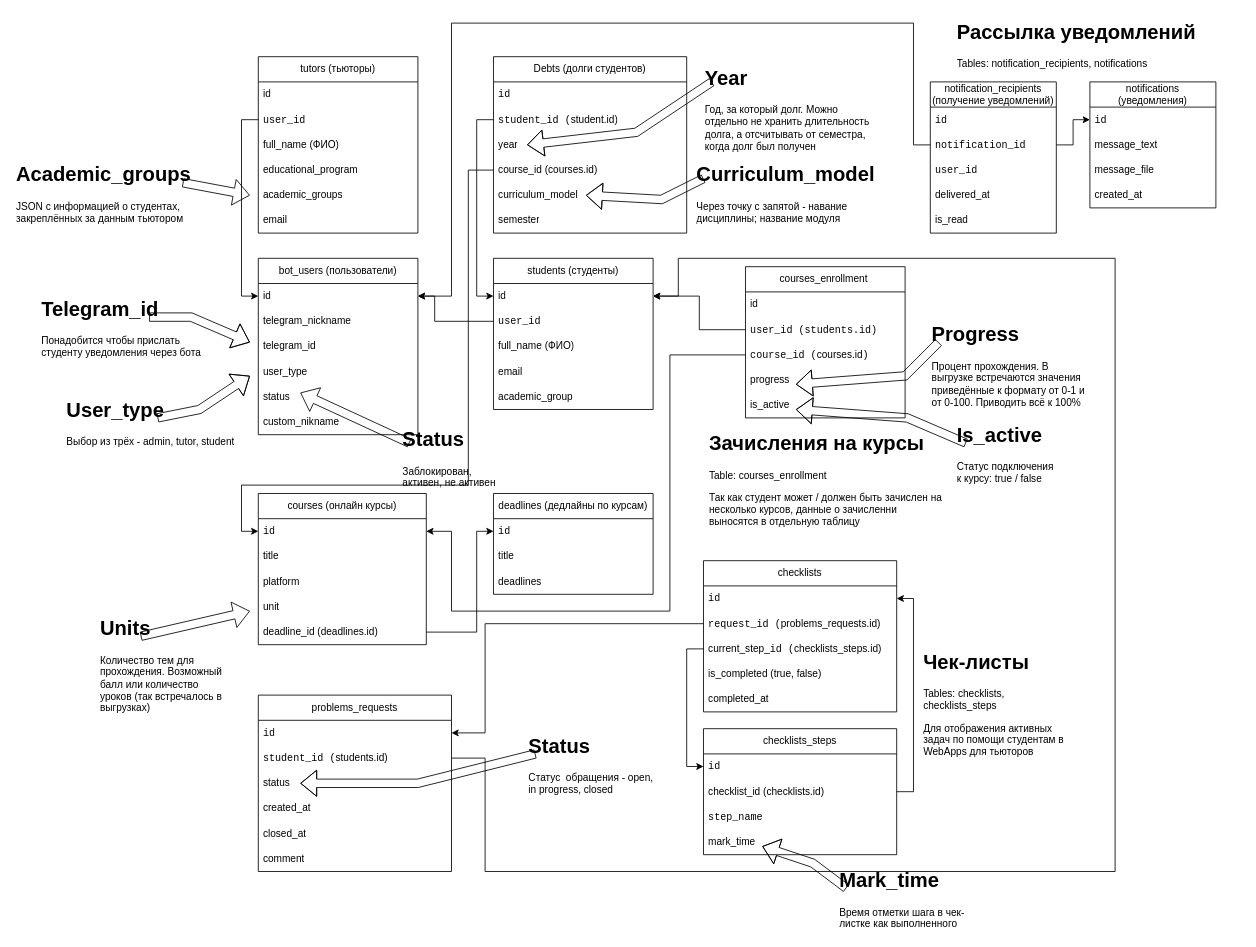
Above: Accompanying students.drawio in GeekNekoS/Draw_io (draw.io), before the change. Source tidied: cells renumbered, new cells numbered last; positions are measured from the earlier drawing's top-left corner, leaving out a move shared by most shapes. Both pictures are drawn from the tidied source at 84%, with x=0, y=0 at pixel (14, 14).
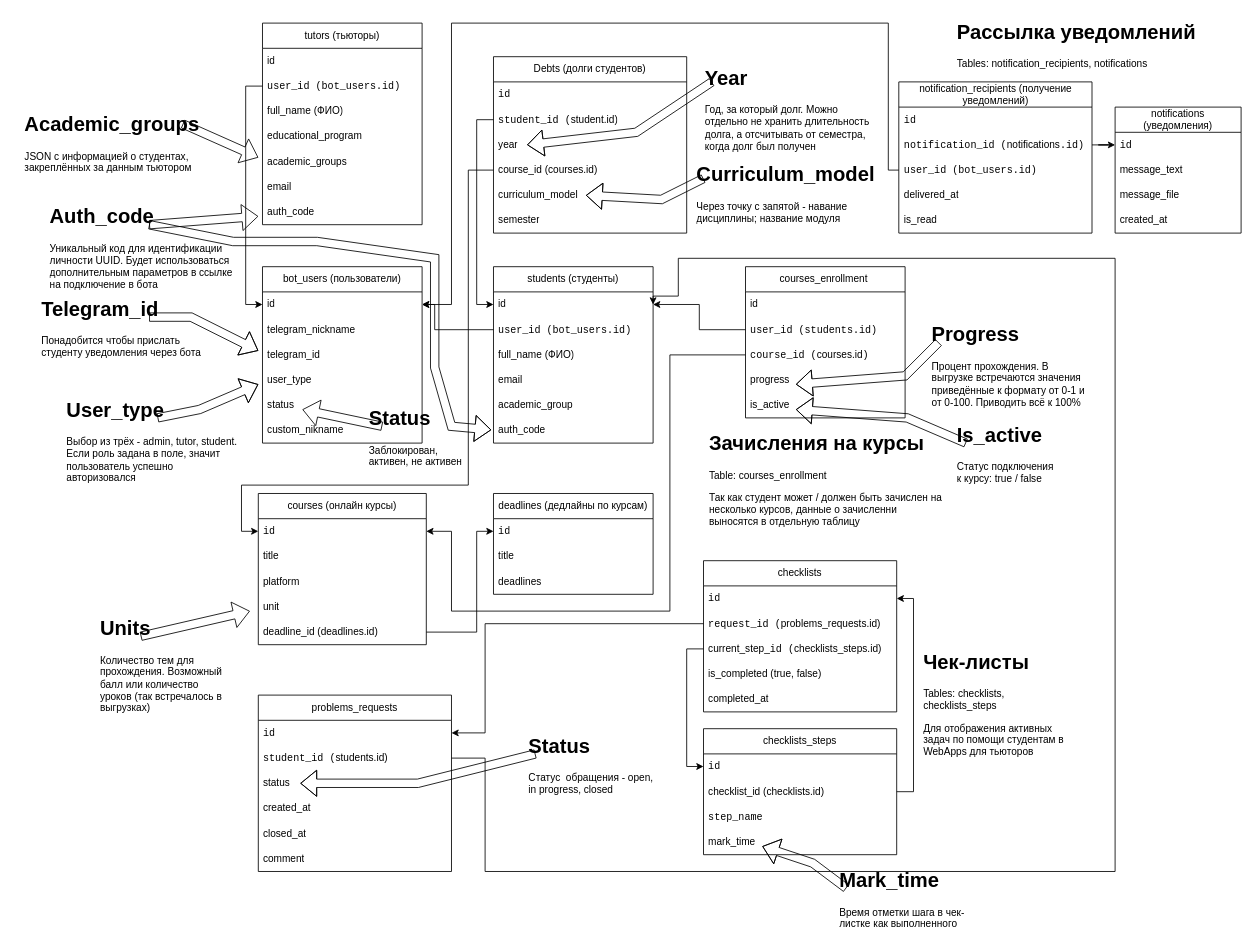
The same diagram, later.

Unchanged cells that the change refers to:
```xml
<mxCell id="27" value="id " style="text;strokeColor=none;fillColor=none;align=left;verticalAlign=middle;spacingLeft=4;spacingRight=4;overflow=hidden;points=[[0,0.5],[1,0.5]];portConstraint=eastwest;whiteSpace=wrap;html=1;" parent="26" vertex="1">
  <mxGeometry y="30" width="190" height="30" as="geometry" />
</mxCell>
```

The edit, as a diff of the source:
```diff
@@
     <mxCell id="26" value="bot_users (пользователи)" style="swimlane;fontStyle=0;horizontal=1;startSize=30;whiteSpace=wrap;html=1;" parent="1" vertex="1">
-      <mxGeometry x="290" y="290" width="190" height="210" as="geometry" />
+      <mxGeometry x="295" y="300" width="190" height="210" as="geometry" />
     </mxCell>
@@
     <mxCell id="32" style="shape=flexArrow;endArrow=classic;html=1;rounded=0;" parent="26" edge="1">
       <mxGeometry relative="1" as="geometry">
-        <mxPoint x="180" y="220" as="sourcePoint" />
-        <mxPoint x="50" y="160" as="targetPoint" />
+        <mxPoint x="142.5" y="190" as="sourcePoint" />
+        <mxPoint x="47.5" y="170" as="targetPoint" />
       </mxGeometry>
     </mxCell>
@@
     <mxCell id="34" value="students (студенты)" style="swimlane;fontStyle=0;horizontal=1;startSize=30;whiteSpace=wrap;html=1;" parent="1" vertex="1">
-      <mxGeometry x="570" y="290" width="190" height="180" as="geometry" />
+      <mxGeometry x="570" y="300" width="190" height="210" as="geometry" />
     </mxCell>
@@
-    <mxCell id="36" value="&lt;code&gt;user_id&lt;/code&gt; " style="text;strokeColor=none;fillColor=none;align=left;verticalAlign=middle;spacingLeft=4;spacingRight=4;overflow=hidden;points=[[0,0.5],[1,0.5]];portConstraint=eastwest;whiteSpace=wrap;html=1;" parent="34" vertex="1">
+    <mxCell id="36" value="&lt;code&gt;user_id &lt;/code&gt;&lt;code&gt;(bot_users.id)&lt;/code&gt; " style="text;strokeColor=none;fillColor=none;align=left;verticalAlign=middle;spacingLeft=4;spacingRight=4;overflow=hidden;points=[[0,0.5],[1,0.5]];portConstraint=eastwest;whiteSpace=wrap;html=1;" parent="34" vertex="1">
       <mxGeometry y="60" width="190" height="30" as="geometry" />
     </mxCell>
@@
+    <mxCell id="112" value="auth_code" style="text;strokeColor=none;fillColor=none;align=left;verticalAlign=middle;spacingLeft=4;spacingRight=4;overflow=hidden;points=[[0,0.5],[1,0.5]];portConstraint=eastwest;whiteSpace=wrap;html=1;" parent="34" vertex="1">
+      <mxGeometry y="180" width="190" height="30" as="geometry" />
+    </mxCell>
-    <mxCell id="40" style="edgeStyle=orthogonalEdgeStyle;rounded=0;jettySize=auto;html=1;" parent="1" edge="1" source="36" target="27">
+    <mxCell id="40" style="edgeStyle=orthogonalEdgeStyle;rounded=0;jettySize=auto;html=1;exitX=0;exitY=0.5;exitDx=0;exitDy=0;entryX=1;entryY=0.5;entryDx=0;entryDy=0;" parent="1" edge="1" source="36" target="27">
       <mxGeometry relative="1" as="geometry">
         <Array as="points">
-          <mxPoint x="500" y="365" />
-          <mxPoint x="500" y="335" />
+          <mxPoint x="500" y="375" />
+          <mxPoint x="500" y="345" />
         </Array>
       </mxGeometry>
     </mxCell>
@@
-    <mxCell id="44" value="&lt;h1 style=&quot;margin-top: 0px;&quot;&gt;User_type&lt;/h1&gt;Выбор из трёх - admin, tutor, student" style="text;html=1;whiteSpace=wrap;overflow=hidden;rounded=0;" parent="1" vertex="1">
-      <mxGeometry x="60" y="450" width="215" height="70" as="geometry" />
+    <mxCell id="44" value="&lt;h1 style=&quot;margin-top: 0px;&quot;&gt;User_type&lt;/h1&gt;Выбор из трёх - admin, tutor, student. Если роль задана в поле, значит пользователь успешно авторизовался" style="text;html=1;whiteSpace=wrap;overflow=hidden;rounded=0;" parent="1" vertex="1">
+      <mxGeometry x="60" y="450" width="215" height="110" as="geometry" />
     </mxCell>
@@
     <mxCell id="48" style="shape=flexArrow;endArrow=classic;html=1;rounded=0;" parent="1" edge="1">
       <mxGeometry relative="1" as="geometry">
         <mxPoint x="170" y="480" as="sourcePoint" />
-        <mxPoint x="280" y="430" as="targetPoint" />
+        <mxPoint x="290" y="440" as="targetPoint" />
         <Array as="points">
           <mxPoint x="220" y="470" />
         </Array>
       </mxGeometry>
     </mxCell>
     <mxCell id="49" style="shape=flexArrow;endArrow=classic;html=1;rounded=0;" parent="1" edge="1">
       <mxGeometry relative="1" as="geometry">
         <mxPoint x="160" y="360" as="sourcePoint" />
-        <mxPoint x="280" y="390" as="targetPoint" />
+        <mxPoint x="290" y="400" as="targetPoint" />
         <Array as="points">
           <mxPoint x="210" y="360" />
         </Array>
       </mxGeometry>
     </mxCell>
@@
     <mxCell id="63" value="&lt;h1 style=&quot;margin-top: 0px;&quot;&gt;Status&lt;/h1&gt;Заблокирован, активен, не активен" style="text;html=1;whiteSpace=wrap;overflow=hidden;rounded=0;" parent="1" vertex="1">
-      <mxGeometry x="460" y="485" width="130" height="80" as="geometry" />
+      <mxGeometry x="420" y="460" width="130" height="80" as="geometry" />
     </mxCell>
@@
     <mxCell id="69" value="tutors (тьюторы)" style="swimlane;fontStyle=0;horizontal=1;startSize=30;whiteSpace=wrap;html=1;" parent="1" vertex="1">
-      <mxGeometry x="290" y="50" width="190" height="210" as="geometry" />
+      <mxGeometry x="295" y="10" width="190" height="240" as="geometry" />
     </mxCell>
@@
-    <mxCell id="71" value="&lt;code&gt;user_id&lt;/code&gt; " style="text;strokeColor=none;fillColor=none;align=left;verticalAlign=middle;spacingLeft=4;spacingRight=4;overflow=hidden;points=[[0,0.5],[1,0.5]];portConstraint=eastwest;whiteSpace=wrap;html=1;" parent="69" vertex="1">
+    <mxCell id="71" value="&lt;code&gt;user_id (bot_users.id)&lt;/code&gt; " style="text;strokeColor=none;fillColor=none;align=left;verticalAlign=middle;spacingLeft=4;spacingRight=4;overflow=hidden;points=[[0,0.5],[1,0.5]];portConstraint=eastwest;whiteSpace=wrap;html=1;" parent="69" vertex="1">
       <mxGeometry y="60" width="190" height="30" as="geometry" />
     </mxCell>
@@
-    <mxCell id="76" style="edgeStyle=orthogonalEdgeStyle;rounded=0;jettySize=auto;html=1;entryX=0;entryY=0.5;entryDx=0;entryDy=0;" parent="1" edge="1" source="71" target="27">
-      <mxGeometry relative="1" as="geometry" />
-    </mxCell>
+    <mxCell id="113" value="auth_code" style="text;strokeColor=none;fillColor=none;align=left;verticalAlign=middle;spacingLeft=4;spacingRight=4;overflow=hidden;whiteSpace=wrap;html=1;" parent="69" vertex="1">
+      <mxGeometry y="210" width="190" height="30" as="geometry" />
+    </mxCell>
-    <mxCell id="77" value="&lt;h1 style=&quot;margin-top: 0px;&quot;&gt;&lt;span style=&quot;white-space: pre-wrap;&quot; class=&quot;EzKURWReUAB5oZgtQNkl&quot;&gt;Academic&lt;/span&gt;_&lt;span style=&quot;white-space: pre-wrap;&quot; class=&quot;EzKURWReUAB5oZgtQNkl&quot;&gt;groups&lt;/span&gt;&lt;/h1&gt;JSON с информацией о студентах, закреплённых за данным тьютором" style="text;html=1;whiteSpace=wrap;overflow=hidden;rounded=0;" parent="1" vertex="1">
-      <mxGeometry y="170" width="215" height="90" as="geometry" />
+    <mxCell id="77" value="&lt;h1 style=&quot;margin-top: 0px;&quot;&gt;&lt;span style=&quot;white-space: pre-wrap;&quot; class=&quot;EzKURWReUAB5oZgtQNkl&quot;&gt;Auth_code&lt;/span&gt;&lt;/h1&gt;Уникальный код для идентификации личности UUID. Будет использоваться дополнительным параметров в ссылке на подключение в бота" style="text;html=1;whiteSpace=wrap;overflow=hidden;rounded=0;" parent="1" vertex="1">
+      <mxGeometry x="40" y="220" width="220" height="110" as="geometry" />
     </mxCell>
     <mxCell id="78" style="shape=flexArrow;endArrow=classic;html=1;rounded=0;" parent="1" edge="1">
       <mxGeometry relative="1" as="geometry">
-        <mxPoint x="200" y="200" as="sourcePoint" />
-        <mxPoint x="280" y="215" as="targetPoint" />
+        <mxPoint x="200" y="130" as="sourcePoint" />
+        <mxPoint x="290" y="170" as="targetPoint" />
       </mxGeometry>
     </mxCell>
     <mxCell id="79" value="notifications (уведомления)" style="swimlane;fontStyle=0;horizontal=1;startSize=30;whiteSpace=wrap;html=1;" parent="1" vertex="1">
-      <mxGeometry x="1280" y="80" width="150" height="150" as="geometry" />
+      <mxGeometry x="1310" y="110" width="150" height="150" as="geometry" />
     </mxCell>
@@
     <mxCell id="99" value="notification_recipients (получение уведомлений)" style="swimlane;fontStyle=0;horizontal=1;startSize=30;whiteSpace=wrap;html=1;" parent="1" vertex="1">
-      <mxGeometry x="1090" y="80" width="150" height="180" as="geometry" />
+      <mxGeometry x="1052.5" y="80" width="230" height="180" as="geometry" />
     </mxCell>
     <mxCell id="100" value="&lt;code&gt;id&lt;br&gt;&lt;/code&gt; " style="text;strokeColor=none;fillColor=none;align=left;verticalAlign=middle;spacingLeft=4;spacingRight=4;overflow=hidden;whiteSpace=wrap;html=1;" parent="99" vertex="1">
-      <mxGeometry y="30" width="150" height="30" as="geometry" />
+      <mxGeometry y="30" width="230" height="30" as="geometry" />
     </mxCell>
-    <mxCell id="101" value="&lt;code&gt;notification_id&lt;/code&gt; " style="text;strokeColor=none;fillColor=none;align=left;verticalAlign=middle;spacingLeft=4;spacingRight=4;overflow=hidden;points=[[0,0.5],[1,0.5]];portConstraint=eastwest;whiteSpace=wrap;html=1;" parent="99" vertex="1">
-      <mxGeometry y="60" width="150" height="30" as="geometry" />
+    <mxCell id="101" value="&lt;code&gt;notification_id &lt;/code&gt;&lt;code&gt;(&lt;/code&gt;notifications&lt;code&gt;.id)&lt;/code&gt; " style="text;strokeColor=none;fillColor=none;align=left;verticalAlign=middle;spacingLeft=4;spacingRight=4;overflow=hidden;points=[[0,0.5],[1,0.5]];portConstraint=eastwest;whiteSpace=wrap;html=1;" parent="99" vertex="1">
+      <mxGeometry y="60" width="230" height="30" as="geometry" />
     </mxCell>
-    <mxCell id="102" value="&lt;code&gt;user_id&lt;/code&gt;" style="text;strokeColor=none;fillColor=none;align=left;verticalAlign=middle;spacingLeft=4;spacingRight=4;overflow=hidden;points=[[0,0.5],[1,0.5]];portConstraint=eastwest;whiteSpace=wrap;html=1;" parent="99" vertex="1">
-      <mxGeometry y="90" width="150" height="30" as="geometry" />
+    <mxCell id="102" value="&lt;code&gt;user_id &lt;/code&gt;&lt;code&gt;(bot_users.id)&lt;/code&gt;" style="text;strokeColor=none;fillColor=none;align=left;verticalAlign=middle;spacingLeft=4;spacingRight=4;overflow=hidden;points=[[0,0.5],[1,0.5]];portConstraint=eastwest;whiteSpace=wrap;html=1;" parent="99" vertex="1">
+      <mxGeometry y="90" width="230" height="30" as="geometry" />
     </mxCell>
     <mxCell id="103" value="delivered_at" style="text;strokeColor=none;fillColor=none;align=left;verticalAlign=middle;spacingLeft=4;spacingRight=4;overflow=hidden;whiteSpace=wrap;html=1;" parent="99" vertex="1">
-      <mxGeometry y="120" width="150" height="30" as="geometry" />
+      <mxGeometry y="120" width="230" height="30" as="geometry" />
     </mxCell>
     <mxCell id="104" value="is_read" style="text;strokeColor=none;fillColor=none;align=left;verticalAlign=middle;spacingLeft=4;spacingRight=4;overflow=hidden;whiteSpace=wrap;html=1;" parent="99" vertex="1">
-      <mxGeometry y="150" width="150" height="30" as="geometry" />
+      <mxGeometry y="150" width="230" height="30" as="geometry" />
     </mxCell>
-    <mxCell id="105" style="edgeStyle=orthogonalEdgeStyle;rounded=0;jettySize=auto;html=1;entryX=1;entryY=0.5;entryDx=0;entryDy=0;exitX=0;exitY=0.5;exitDx=0;exitDy=0;" parent="1" edge="1" source="101" target="27">
+    <mxCell id="105" style="edgeStyle=orthogonalEdgeStyle;rounded=0;jettySize=auto;html=1;entryX=1;entryY=0.5;entryDx=0;entryDy=0;exitX=0;exitY=0.5;exitDx=0;exitDy=0;" parent="1" edge="1" source="102" target="27">
       <mxGeometry relative="1" as="geometry">
         <Array as="points">
-          <mxPoint x="1070" y="155" />
-          <mxPoint x="1070" y="10" />
+          <mxPoint x="1040" y="185" />
+          <mxPoint x="1040" y="10" />
           <mxPoint x="520" y="10" />
-          <mxPoint x="520" y="335" />
+          <mxPoint x="520" y="345" />
         </Array>
       </mxGeometry>
     </mxCell>
@@
+    <mxCell id="114" style="shape=flexArrow;endArrow=classic;html=1;rounded=0;" parent="1" edge="1">
+      <mxGeometry relative="1" as="geometry">
+        <mxPoint x="160" y="250" as="sourcePoint" />
+        <mxPoint x="290" y="240" as="targetPoint" />
+      </mxGeometry>
+    </mxCell>
+    <mxCell id="115" value="&lt;h1 style=&quot;margin-top: 0px;&quot;&gt;&lt;span style=&quot;white-space: pre-wrap;&quot; class=&quot;EzKURWReUAB5oZgtQNkl&quot;&gt;Academic&lt;/span&gt;_&lt;span style=&quot;white-space: pre-wrap;&quot; class=&quot;EzKURWReUAB5oZgtQNkl&quot;&gt;groups&lt;/span&gt;&lt;/h1&gt;JSON с информацией о студентах, закреплённых за данным тьютором" style="text;html=1;whiteSpace=wrap;overflow=hidden;rounded=0;" parent="1" vertex="1">
+      <mxGeometry x="10" y="110" width="215" height="90" as="geometry" />
+    </mxCell>
+    <mxCell id="76" style="edgeStyle=orthogonalEdgeStyle;rounded=0;jettySize=auto;html=1;entryX=0;entryY=0.5;entryDx=0;entryDy=0;" parent="1" edge="1" source="71" target="27">
+      <mxGeometry relative="1" as="geometry" />
+    </mxCell>
+    <mxCell id="116" style="shape=flexArrow;endArrow=classic;html=1;rounded=0;entryX=-0.014;entryY=0.477;entryDx=0;entryDy=0;entryPerimeter=0;" parent="1" edge="1" target="112">
+      <mxGeometry relative="1" as="geometry">
+        <mxPoint x="160" y="250" as="sourcePoint" />
+        <Array as="points">
+          <mxPoint x="260" y="270" />
+          <mxPoint x="360" y="270" />
+          <mxPoint x="500" y="290" />
+          <mxPoint x="500" y="420" />
+          <mxPoint x="520" y="490" />
+        </Array>
+      </mxGeometry>
+    </mxCell>
```
